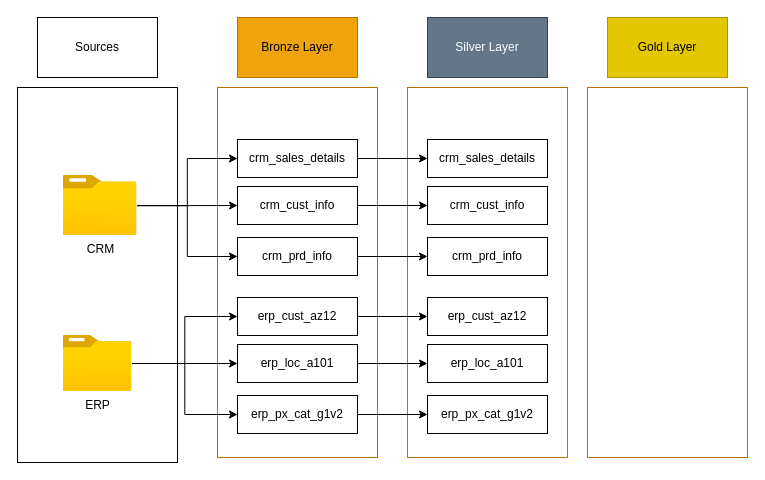
The draw.io diagram Untitled Diagram.drawio in Dynamic747/draw_io, before the edit. Source tidied: cells renumbered, new cells numbered last; positions are measured from the earlier drawing's top-left corner, leaving out a move shared by most shapes. Both pictures are drawn from the tidied source at 100%, with x=0, y=0 at pixel (-91, 17).
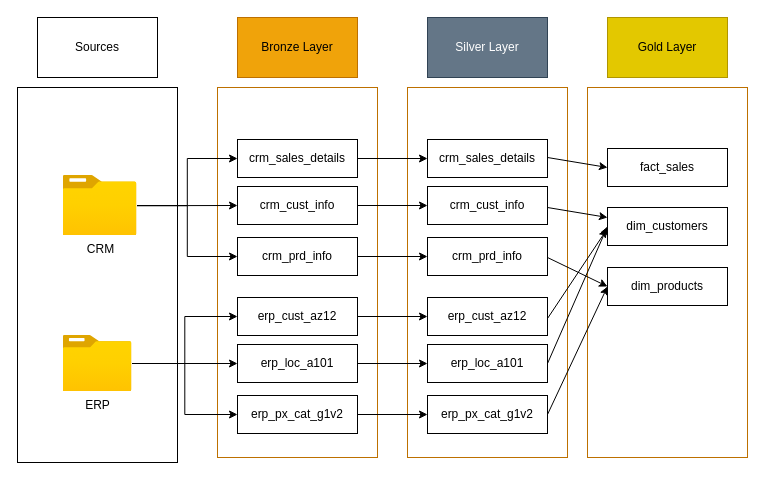
The same page after the edit.

Unchanged cells that the change refers to:
```xml
<mxCell id="34" value="erp_loc_a101" style="rounded=0;whiteSpace=wrap;html=1;" parent="1" vertex="1">
  <mxGeometry x="518" y="327" width="120" height="38" as="geometry" />
</mxCell>
<mxCell id="35" value="erp_px_cat_g1v2" style="rounded=0;whiteSpace=wrap;html=1;" parent="1" vertex="1">
  <mxGeometry x="518" y="378" width="120" height="38" as="geometry" />
</mxCell>
```

What changed in the source:
```diff
@@
+    <mxCell id="36" value="fact_sales" style="rounded=0;whiteSpace=wrap;html=1;" parent="1" vertex="1">
+      <mxGeometry x="698" y="131" width="120" height="38" as="geometry" />
+    </mxCell>
+    <mxCell id="37" value="dim_customers" style="rounded=0;whiteSpace=wrap;html=1;" parent="1" vertex="1">
+      <mxGeometry x="698" y="190" width="120" height="38" as="geometry" />
+    </mxCell>
+    <mxCell id="38" value="dim_products" style="rounded=0;whiteSpace=wrap;html=1;" parent="1" vertex="1">
+      <mxGeometry x="698" y="250" width="120" height="38" as="geometry" />
+    </mxCell>
+    <mxCell id="39" style="endArrow=classic;html=1;rounded=0;entryX=0;entryY=0.5;entryDx=0;entryDy=0;" parent="1" edge="1" target="36">
+      <mxGeometry relative="1" as="geometry">
+        <mxPoint x="638" y="140" as="sourcePoint" />
+      </mxGeometry>
+    </mxCell>
+    <mxCell id="40" style="endArrow=classic;html=1;rounded=0;entryX=0;entryY=0.5;entryDx=0;entryDy=0;" parent="1" edge="1">
+      <mxGeometry relative="1" as="geometry">
+        <mxPoint x="638" y="190" as="sourcePoint" />
+        <mxPoint x="698" y="200" as="targetPoint" />
+      </mxGeometry>
+    </mxCell>
+    <mxCell id="41" style="endArrow=classic;html=1;rounded=0;entryX=-0.004;entryY=0.57;entryDx=0;entryDy=0;entryPerimeter=0;" parent="1" edge="1" target="37">
+      <mxGeometry relative="1" as="geometry">
+        <mxPoint x="638" y="301" as="sourcePoint" />
+      </mxGeometry>
+    </mxCell>
+    <mxCell id="42" style="endArrow=classic;html=1;rounded=0;entryX=0;entryY=0.5;entryDx=0;entryDy=0;exitX=1;exitY=0.5;exitDx=0;exitDy=0;" parent="1" edge="1" source="34" target="37">
+      <mxGeometry relative="1" as="geometry" />
+    </mxCell>
+    <mxCell id="43" style="endArrow=classic;html=1;rounded=0;entryX=0;entryY=0.5;entryDx=0;entryDy=0;" parent="1" edge="1" target="38">
+      <mxGeometry relative="1" as="geometry">
+        <mxPoint x="638" y="240" as="sourcePoint" />
+      </mxGeometry>
+    </mxCell>
+    <mxCell id="44" style="endArrow=classic;html=1;rounded=0;entryX=0;entryY=0.5;entryDx=0;entryDy=0;exitX=1;exitY=0.5;exitDx=0;exitDy=0;" parent="1" edge="1" source="35" target="38">
+      <mxGeometry relative="1" as="geometry" />
+    </mxCell>
```
